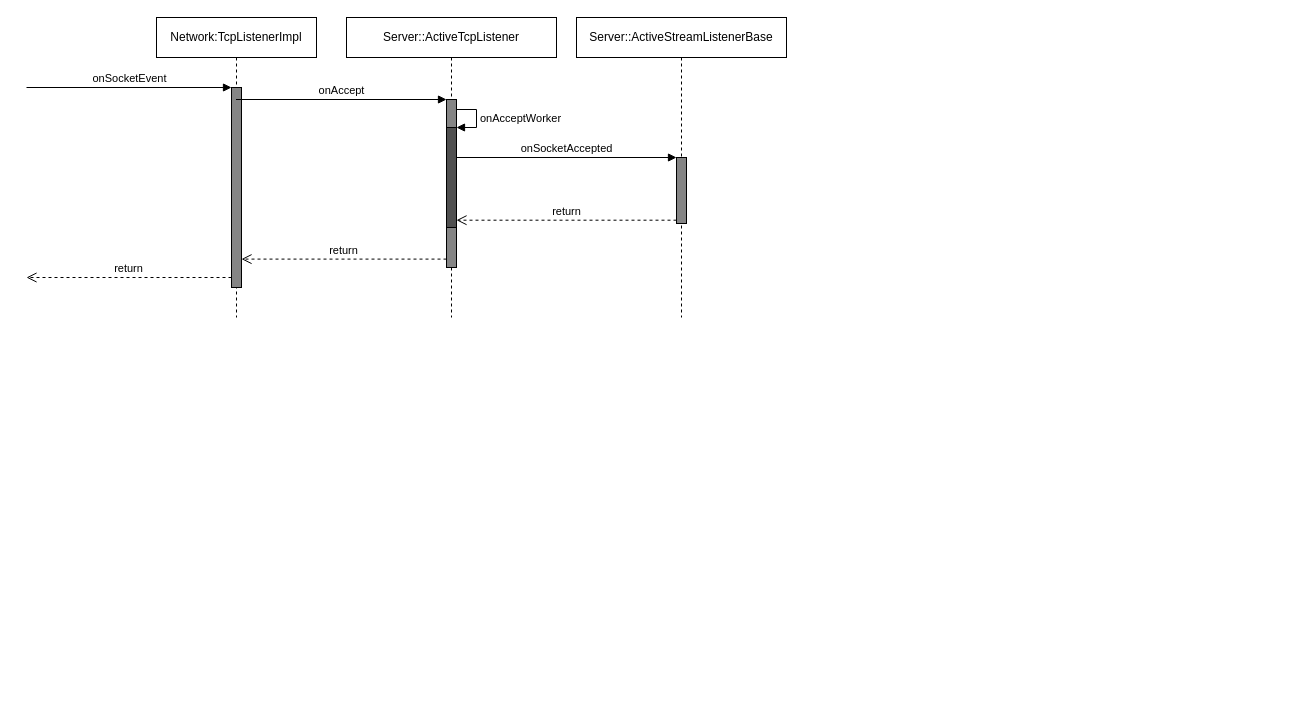
This is envoy_code_detail.drawio from LuyaoZhong/Figures, a draw.io file, before an edit. Source tidied: cells renumbered, new cells numbered last; positions are measured from the earlier drawing's top-left corner, leaving out a move shared by most shapes. Both pictures are drawn from the tidied source at 100%, with x=0, y=0 at pixel (26, 17).
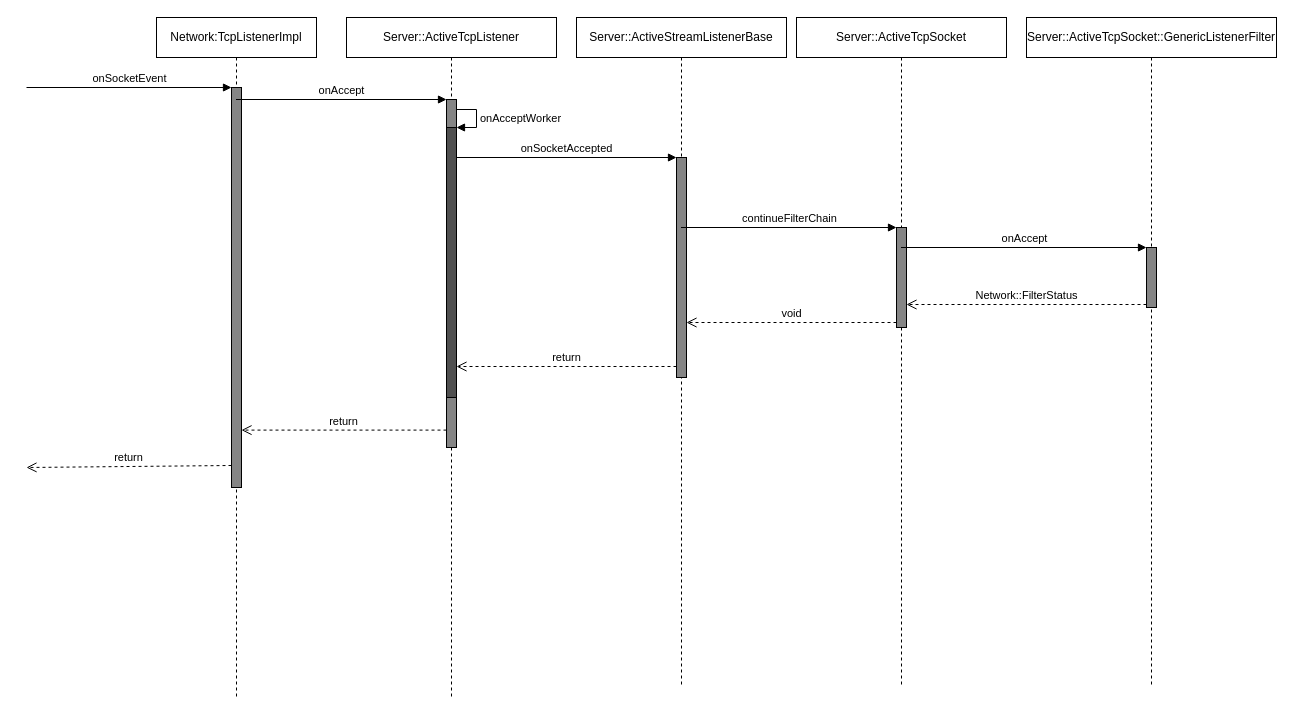
The same diagram, later.

What changed in the source:
```diff
@@
     <mxCell id="2" value="Server::ActiveTcpListener" style="shape=umlLifeline;perimeter=lifelinePerimeter;whiteSpace=wrap;html=1;" parent="1" vertex="1">
-      <mxGeometry x="320" width="210" height="300" as="geometry" />
+      <mxGeometry x="320" width="210" height="680" as="geometry" />
     </mxCell>
     <mxCell id="3" style="html=1;points=[];perimeter=orthogonalPerimeter;strokeColor=default;fillColor=#858585;" parent="2" vertex="1">
-      <mxGeometry x="100" y="82" width="10" height="168" as="geometry" />
+      <mxGeometry x="100" y="82" width="10" height="348" as="geometry" />
     </mxCell>
     <mxCell id="4" style="html=1;points=[];perimeter=orthogonalPerimeter;fillColor=#505050;" parent="2" vertex="1">
-      <mxGeometry x="100" y="110" width="10" height="100" as="geometry" />
+      <mxGeometry x="100" y="110" width="10" height="270" as="geometry" />
     </mxCell>
@@
     <mxCell id="6" value="Network:TcpListenerImpl" style="shape=umlLifeline;perimeter=lifelinePerimeter;whiteSpace=wrap;html=1;" parent="1" vertex="1">
-      <mxGeometry x="130" width="160" height="300" as="geometry" />
+      <mxGeometry x="130" width="160" height="680" as="geometry" />
     </mxCell>
@@
-    <mxCell id="8" value="return" style="html=1;verticalAlign=bottom;endArrow=open;dashed=1;endSize=8;exitX=0;exitY=0.95;rounded=0;" parent="6" edge="1" source="9">
+    <mxCell id="8" value="return" style="html=1;verticalAlign=bottom;endArrow=open;dashed=1;endSize=8;exitX=0;exitY=0.945;rounded=0;exitDx=0;exitDy=0;exitPerimeter=0;" parent="6" edge="1" source="9">
       <mxGeometry relative="1" as="geometry">
-        <mxPoint x="-130" y="260" as="targetPoint" />
+        <mxPoint x="-130" y="450" as="targetPoint" />
       </mxGeometry>
     </mxCell>
     <mxCell id="9" style="html=1;points=[];perimeter=orthogonalPerimeter;fillColor=#858585;" parent="6" vertex="1">
-      <mxGeometry x="75" y="70" width="10" height="200" as="geometry" />
+      <mxGeometry x="75" y="70" width="10" height="400" as="geometry" />
     </mxCell>
@@
     <mxCell id="12" value="Server::ActiveStreamListenerBase" style="shape=umlLifeline;perimeter=lifelinePerimeter;whiteSpace=wrap;html=1;outlineConnect=0;" parent="1" vertex="1">
-      <mxGeometry x="550" width="210" height="300" as="geometry" />
+      <mxGeometry x="550" width="210" height="670" as="geometry" />
     </mxCell>
     <mxCell id="13" style="html=1;points=[];perimeter=orthogonalPerimeter;strokeColor=default;fillColor=#858585;" parent="12" vertex="1">
-      <mxGeometry x="100" y="140" width="10" height="66" as="geometry" />
+      <mxGeometry x="100" y="140" width="10" height="220" as="geometry" />
     </mxCell>
-    <mxCell id="14" value="onSocketAccepted" style="html=1;verticalAlign=bottom;endArrow=block;entryX=0;entryY=0;rounded=0;" parent="1" edge="1" source="4" target="13">
-      <mxGeometry relative="1" as="geometry" />
+    <mxCell id="14" value="onSocketAccepted" style="html=1;verticalAlign=bottom;endArrow=block;entryX=0;entryY=0;rounded=0;" parent="1" edge="1" target="13">
+      <mxGeometry relative="1" as="geometry">
+        <mxPoint x="430" y="140" as="sourcePoint" />
+      </mxGeometry>
     </mxCell>
@@
+    <mxCell id="16" value="Server::ActiveTcpSocket" style="shape=umlLifeline;perimeter=lifelinePerimeter;whiteSpace=wrap;html=1;outlineConnect=0;" parent="1" vertex="1">
+      <mxGeometry x="770" width="210" height="670" as="geometry" />
+    </mxCell>
+    <mxCell id="17" style="html=1;points=[];perimeter=orthogonalPerimeter;strokeColor=default;fillColor=#858585;" parent="16" vertex="1">
+      <mxGeometry x="100" y="210" width="10" height="100" as="geometry" />
+    </mxCell>
+    <mxCell id="18" value="continueFilterChain" style="html=1;verticalAlign=bottom;endArrow=block;entryX=0;entryY=0;rounded=0;" parent="1" edge="1" source="12" target="17">
+      <mxGeometry relative="1" as="geometry" />
+    </mxCell>
+    <mxCell id="19" value="void" style="html=1;verticalAlign=bottom;endArrow=open;dashed=1;endSize=8;exitX=0;exitY=0.95;rounded=0;" parent="1" edge="1" source="17" target="13">
+      <mxGeometry relative="1" as="geometry" />
+    </mxCell>
+    <mxCell id="20" value="Server::ActiveTcpSocket::GenericListenerFilter" style="shape=umlLifeline;perimeter=lifelinePerimeter;whiteSpace=wrap;html=1;" parent="1" vertex="1">
+      <mxGeometry x="1000" width="250" height="670" as="geometry" />
+    </mxCell>
+    <mxCell id="21" style="html=1;points=[];perimeter=orthogonalPerimeter;strokeColor=default;fillColor=#858585;" parent="20" vertex="1">
+      <mxGeometry x="120" y="230" width="10" height="60" as="geometry" />
+    </mxCell>
+    <mxCell id="22" value="onAccept" style="html=1;verticalAlign=bottom;endArrow=block;entryX=0;entryY=0;rounded=0;" parent="1" edge="1" source="16" target="21">
+      <mxGeometry relative="1" as="geometry" />
+    </mxCell>
+    <mxCell id="23" value="Network::FilterStatus" style="html=1;verticalAlign=bottom;endArrow=open;dashed=1;endSize=8;exitX=0;exitY=0.95;rounded=0;" parent="1" edge="1" source="21" target="17">
+      <mxGeometry relative="1" as="geometry" />
+    </mxCell>
```
